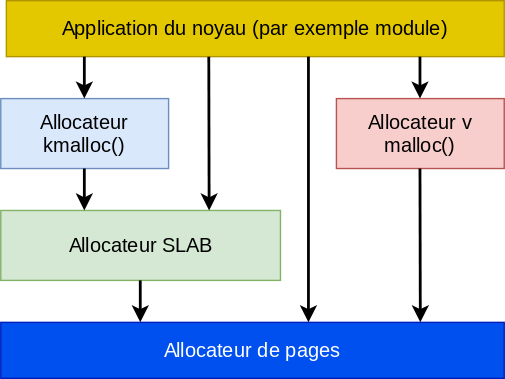
mse-csel/website keeps this draw.io diagram as docs/lecture/programmation-noyau/modules/img/dyn-mem.drawio.svg. Above is the earlier version. Source tidied: cells renumbered, new cells last; positions are measured from the earlier drawing's top-left corner, leaving out a move shared by most shapes.
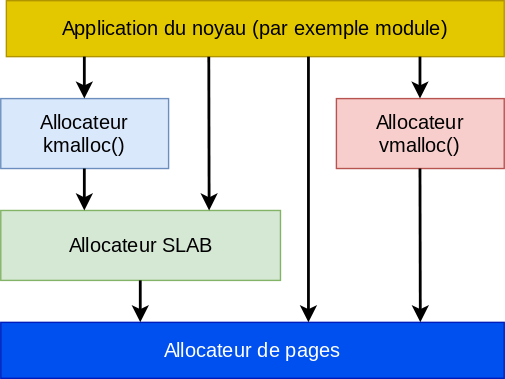
Above is the later version.

Change to the diagram source:
```diff
@@ -8,7 +8,7 @@
     <mxCell id="3" value="Allocateur &lt;font face=&quot;Source Code Pro&quot;&gt;kmalloc()&lt;/font&gt;" style="rounded=0;whiteSpace=wrap;html=1;fontFamily=Roboto;fontSource=https%3A%2F%2Ffonts.googleapis.com%2Fcss%3Ffamily%3DRoboto;fontSize=14;fillColor=#dae8fc;strokeColor=#6c8ebf;" parent="1" vertex="1">
       <mxGeometry y="70" width="120" height="50" as="geometry" />
     </mxCell>
-    <mxCell id="4" value="Allocateur v&lt;font face=&quot;Source Code Pro&quot;&gt;malloc()&lt;/font&gt;" style="rounded=0;whiteSpace=wrap;html=1;fontFamily=Roboto;fontSource=https%3A%2F%2Ffonts.googleapis.com%2Fcss%3Ffamily%3DRoboto;fontSize=14;fillColor=#f8cecc;strokeColor=#b85450;" parent="1" vertex="1">
+    <mxCell id="4" value="Allocateur&lt;br&gt;&lt;font face=&quot;Source Code Pro&quot;&gt;&lt;font&gt;vmalloc()&lt;/font&gt;&lt;/font&gt;" style="rounded=0;whiteSpace=wrap;html=1;fontFamily=Roboto;fontSource=https%3A%2F%2Ffonts.googleapis.com%2Fcss%3Ffamily%3DRoboto;fontSize=14;fillColor=#f8cecc;strokeColor=#b85450;" parent="1" vertex="1">
       <mxGeometry x="240" y="70" width="120" height="50" as="geometry" />
     </mxCell>
     <mxCell id="5" value="&lt;font face=&quot;Roboto&quot;&gt;Allocateur SLAB&lt;/font&gt;" style="rounded=0;whiteSpace=wrap;html=1;fontFamily=Source Code Pro;fontSource=https%3A%2F%2Ffonts.googleapis.com%2Fcss%3Ffamily%3DSource%2BCode%2BPro;fontSize=14;fillColor=#d5e8d4;strokeColor=#82b366;" parent="1" vertex="1">
```
